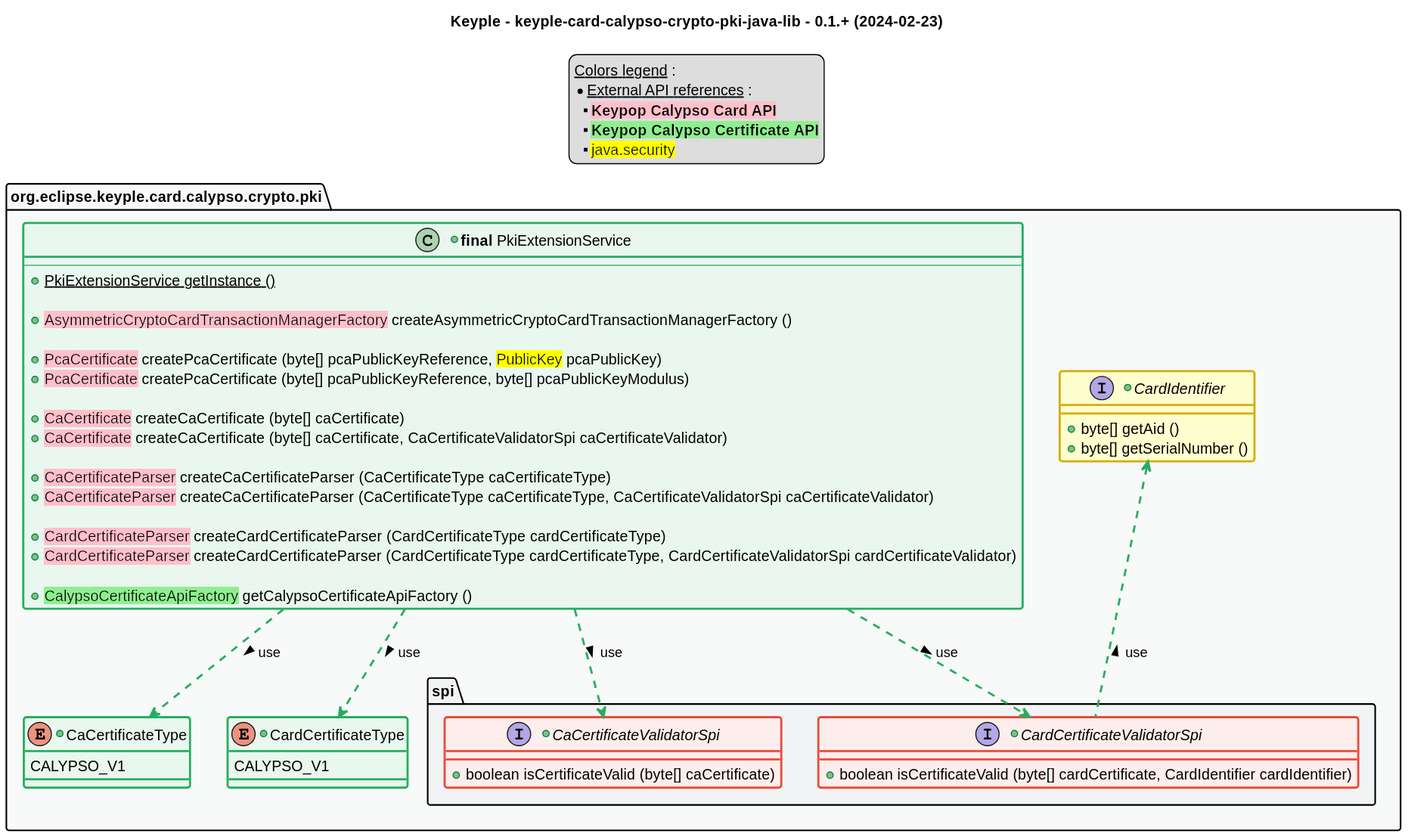
The PlantUML diagram src/main/uml/api_class_diagram.svg in eclipse-keyple/keyple-card-calypso-crypto-pki-java-lib, before a commit.
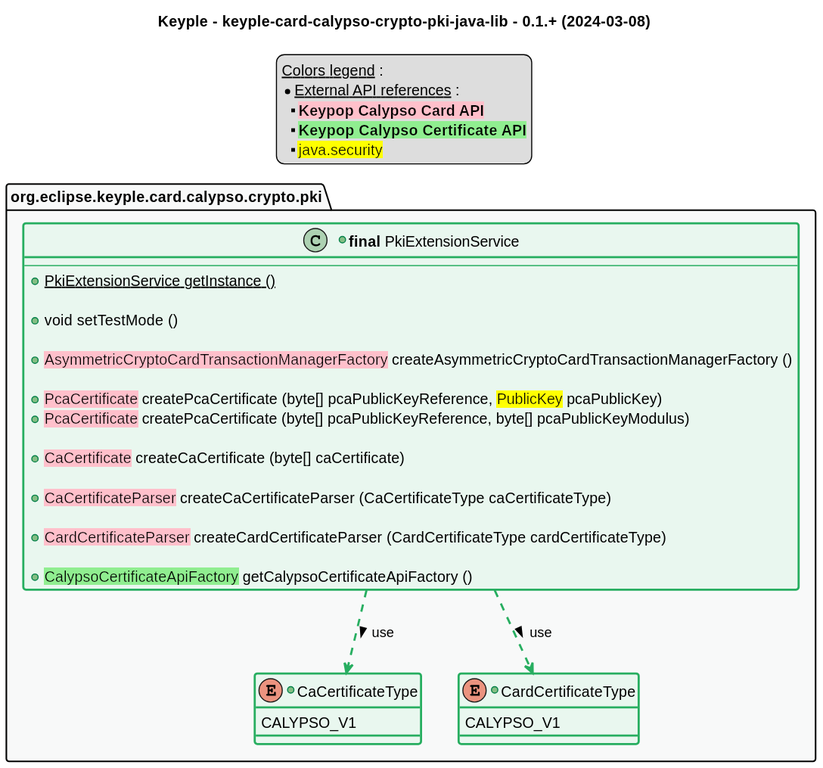
After the change.

Change to the diagram source:
```diff
@@ -1,6 +1,6 @@
 @startuml
 title
-    Keyple - keyple-card-calypso-crypto-pki-java-lib - 0.1.+ (2024-02-23)
+    Keyple - keyple-card-calypso-crypto-pki-java-lib - 0.1.+ (2024-03-08)
 end title
 
 
@@ -53,19 +53,18 @@
         --
         +{static} PkiExtensionService getInstance ()
 
+        +void setTestMode ()
+
         +<back:pink>AsymmetricCryptoCardTransactionManagerFactory</back> createAsymmetricCryptoCardTransactionManagerFactory ()
 
         +<back:pink>PcaCertificate</back> createPcaCertificate (byte[] pcaPublicKeyReference, <back:yellow>PublicKey</back> pcaPublicKey)
         +<back:pink>PcaCertificate</back> createPcaCertificate (byte[] pcaPublicKeyReference, byte[] pcaPublicKeyModulus)
 
         +<back:pink>CaCertificate</back> createCaCertificate (byte[] caCertificate)
-        +<back:pink>CaCertificate</back> createCaCertificate (byte[] caCertificate, CaCertificateValidatorSpi caCertificateValidator)
 
         +<back:pink>CaCertificateParser</back> createCaCertificateParser (CaCertificateType caCertificateType)
-        +<back:pink>CaCertificateParser</back> createCaCertificateParser (CaCertificateType caCertificateType, CaCertificateValidatorSpi caCertificateValidator)
 
         +<back:pink>CardCertificateParser</back> createCardCertificateParser (CardCertificateType cardCertificateType)
-        +<back:pink>CardCertificateParser</back> createCardCertificateParser (CardCertificateType cardCertificateType, CardCertificateValidatorSpi cardCertificateValidator)
 
         +<back:lightgreen>CalypsoCertificateApiFactory</back> getCalypsoCertificateApiFactory ()
     }
@@ -75,31 +74,14 @@
     +enum CardCertificateType <<green>> {
         CALYPSO_V1
     }
-    +interface CardIdentifier {
-        +byte[] getAid ()
-        +byte[] getSerialNumber ()
-    }
-    package spi {
-        +interface "CaCertificateValidatorSpi" as CaCertificateValidatorSpi <<red>> {
-            +boolean isCertificateValid (byte[] caCertificate)
-        }
-        +interface "CardCertificateValidatorSpi" as CardCertificateValidatorSpi <<red>> {
-            +boolean isCertificateValid (byte[] cardCertificate, CardIdentifier cardIdentifier)
-        }
-    }
 }
 
 
 PkiExtensionService ..> CaCertificateType #C_USE : use >
 PkiExtensionService ..> CardCertificateType #C_USE : use >
-PkiExtensionService ..> CaCertificateValidatorSpi #C_USE : use >
-PkiExtensionService ..> CardCertificateValidatorSpi #C_USE : use >
-
-CardCertificateValidatorSpi .up.> CardIdentifier #C_USE : use >
 
 
 
 
 package pki #C_GREY1 {}
-package pki.spi #C_GREY2 {}
 @enduml
```
